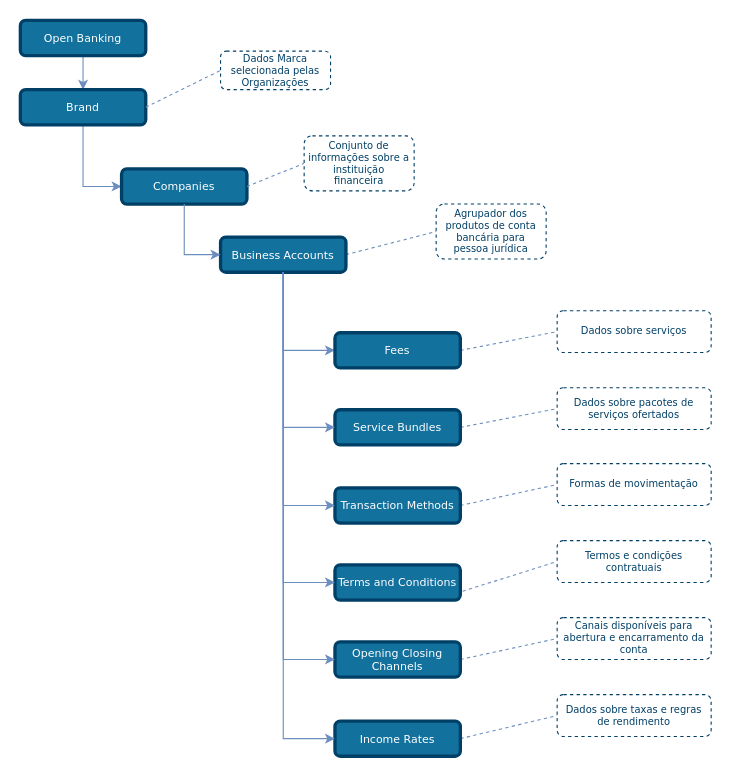
Before: draw_io_diagrams/TLD_Business_Accounts_v1.drawio in OpenBanking-Brasil/areadesenvolvedor, a draw.io diagram. Source tidied: cells renumbered, new cells numbered last; positions are measured from the earlier drawing's top-left corner, leaving out a move shared by most shapes. Both pictures are drawn from the tidied source at 110%, with x=0, y=0 at pixel (20, 20).
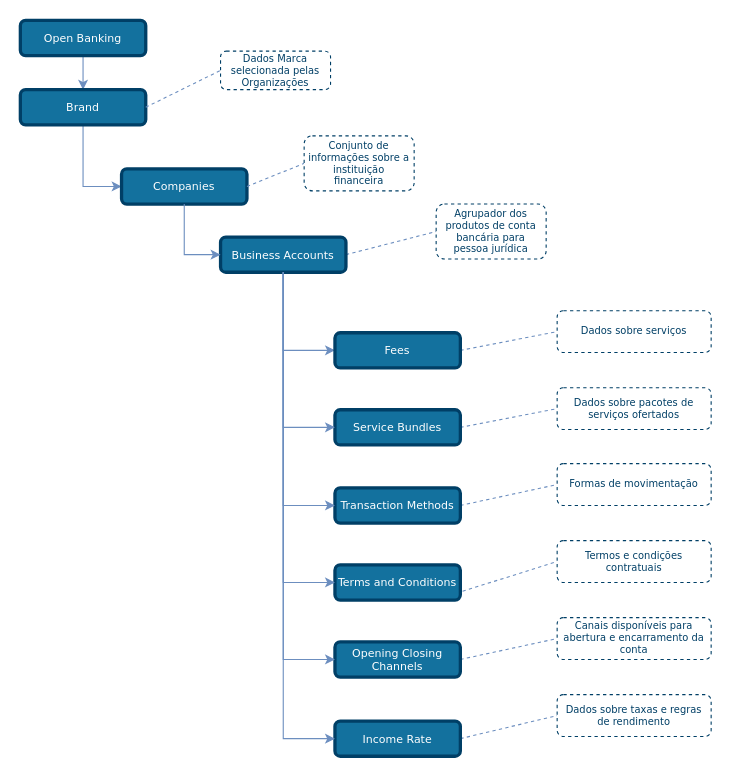
The same page after the edit.

Commit message (it also covers changes not shown here):
FEBRABANSD-195 - Updated Personal and business account's diagrams and adjustments on use cases and schemas

The edit, as a diff of the source:
```diff
@@
-    <mxCell id="25" value="Income Rates" style="rounded=1;whiteSpace=wrap;html=1;comic=0;shadow=0;backgroundOutline=0;snapToPoint=0;fixDash=0;strokeWidth=3;fontFamily=Verdana;fontStyle=0;labelBackgroundColor=none;labelBorderColor=none;fontSize=10;fillColor=#13719E;strokeColor=#003F66;fontColor=#ffffff;" parent="1" vertex="1">
+    <mxCell id="25" value="Income Rate" style="rounded=1;whiteSpace=wrap;html=1;comic=0;shadow=0;backgroundOutline=0;snapToPoint=0;fixDash=0;strokeWidth=3;fontFamily=Verdana;fontStyle=0;labelBackgroundColor=none;labelBorderColor=none;fontSize=10;fillColor=#13719E;strokeColor=#003F66;fontColor=#ffffff;" parent="1" vertex="1">
       <mxGeometry x="286" y="637" width="114" height="32" as="geometry" />
     </mxCell>
```
